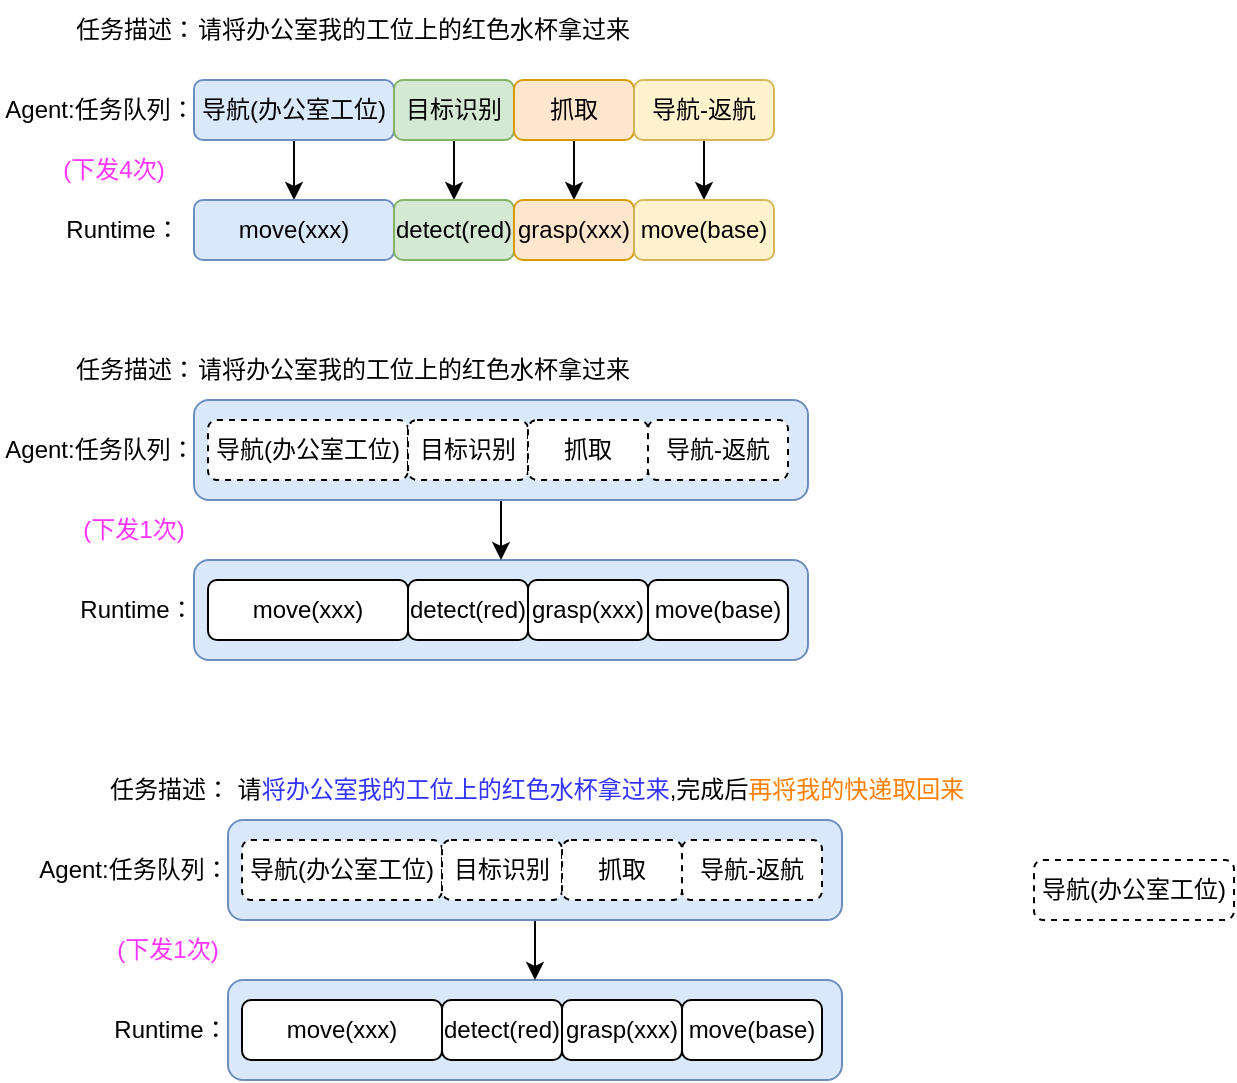
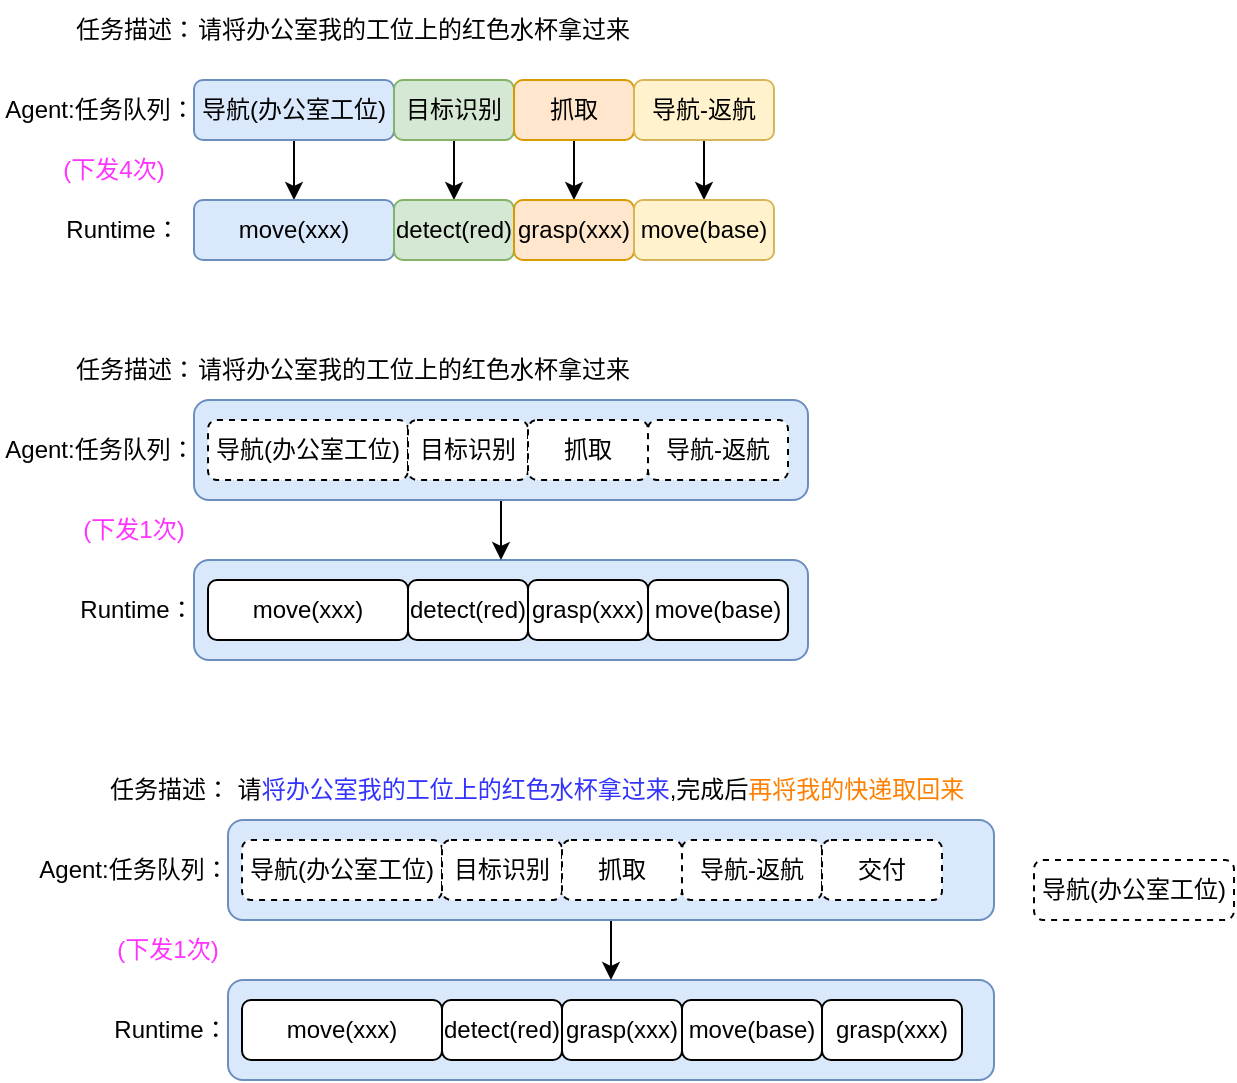
<mxfile host="app.diagrams.net">
  <diagram name="第 1 页" id="AqDmRzZVIJ-5uyctXJOA">
    <mxGraphModel dx="957" dy="525" grid="1" gridSize="10" guides="1" tooltips="1" connect="1" arrows="1" fold="1" page="1" pageScale="1" pageWidth="2339" pageHeight="3300" math="0" shadow="0">
      <root>
        <mxCell id="0" />
        <mxCell id="1" parent="0" />
        <mxCell id="TX6EBbOIm9mCNyf-wsjQ-37" parent="1" style="rounded=1;whiteSpace=wrap;html=1;fillColor=#dae8fc;strokeColor=#6c8ebf;" value="" vertex="1">
          <mxGeometry height="50" width="307" x="120" y="610" as="geometry" />
        </mxCell>
        <mxCell id="TX6EBbOIm9mCNyf-wsjQ-38" edge="1" parent="1" source="TX6EBbOIm9mCNyf-wsjQ-36" style="edgeStyle=orthogonalEdgeStyle;rounded=0;orthogonalLoop=1;jettySize=auto;html=1;exitX=0.5;exitY=1;exitDx=0;exitDy=0;entryX=0.5;entryY=0;entryDx=0;entryDy=0;" target="TX6EBbOIm9mCNyf-wsjQ-37">
          <mxGeometry relative="1" as="geometry" />
        </mxCell>
        <mxCell id="TX6EBbOIm9mCNyf-wsjQ-36" parent="1" style="rounded=1;whiteSpace=wrap;html=1;fillColor=#dae8fc;strokeColor=#6c8ebf;" value="" vertex="1">
          <mxGeometry height="50" width="307" x="120" y="530" as="geometry" />
        </mxCell>
        <mxCell id="TX6EBbOIm9mCNyf-wsjQ-15" edge="1" parent="1" source="TX6EBbOIm9mCNyf-wsjQ-1" style="edgeStyle=orthogonalEdgeStyle;rounded=0;orthogonalLoop=1;jettySize=auto;html=1;exitX=0.5;exitY=1;exitDx=0;exitDy=0;entryX=0.5;entryY=0;entryDx=0;entryDy=0;" target="TX6EBbOIm9mCNyf-wsjQ-11">
          <mxGeometry relative="1" as="geometry" />
        </mxCell>
        <mxCell id="TX6EBbOIm9mCNyf-wsjQ-1" parent="1" style="rounded=1;whiteSpace=wrap;html=1;fillColor=#dae8fc;strokeColor=#6c8ebf;" value="导航(办公室工位)" vertex="1">
          <mxGeometry height="30" width="100" x="120" y="370" as="geometry" />
        </mxCell>
        <mxCell id="TX6EBbOIm9mCNyf-wsjQ-2" parent="1" style="text;html=1;whiteSpace=wrap;strokeColor=none;fillColor=none;align=center;verticalAlign=middle;rounded=0;" value="Agent:任务队列：" vertex="1">
          <mxGeometry height="30" width="100" x="23" y="370" as="geometry" />
        </mxCell>
        <mxCell id="TX6EBbOIm9mCNyf-wsjQ-3" parent="1" style="text;html=1;whiteSpace=wrap;strokeColor=none;fillColor=none;align=center;verticalAlign=middle;rounded=0;" value="任务描述：" vertex="1">
          <mxGeometry height="30" width="70" x="56" y="330" as="geometry" />
        </mxCell>
        <mxCell id="TX6EBbOIm9mCNyf-wsjQ-4" parent="1" style="text;html=1;whiteSpace=wrap;strokeColor=none;fillColor=none;align=center;verticalAlign=middle;rounded=0;" value="请将办公室我的工位上的红色水杯拿过来" vertex="1">
          <mxGeometry height="30" width="220" x="120" y="330" as="geometry" />
        </mxCell>
        <mxCell id="TX6EBbOIm9mCNyf-wsjQ-16" edge="1" parent="1" source="TX6EBbOIm9mCNyf-wsjQ-5" style="edgeStyle=orthogonalEdgeStyle;rounded=0;orthogonalLoop=1;jettySize=auto;html=1;exitX=0.5;exitY=1;exitDx=0;exitDy=0;entryX=0.5;entryY=0;entryDx=0;entryDy=0;" target="TX6EBbOIm9mCNyf-wsjQ-12">
          <mxGeometry relative="1" as="geometry" />
        </mxCell>
        <mxCell id="TX6EBbOIm9mCNyf-wsjQ-5" parent="1" style="rounded=1;whiteSpace=wrap;html=1;fillColor=#d5e8d4;strokeColor=#82b366;" value="目标识别" vertex="1">
          <mxGeometry height="30" width="60" x="220" y="370" as="geometry" />
        </mxCell>
        <mxCell id="TX6EBbOIm9mCNyf-wsjQ-17" edge="1" parent="1" source="TX6EBbOIm9mCNyf-wsjQ-6" style="edgeStyle=orthogonalEdgeStyle;rounded=0;orthogonalLoop=1;jettySize=auto;html=1;exitX=0.5;exitY=1;exitDx=0;exitDy=0;entryX=0.5;entryY=0;entryDx=0;entryDy=0;" target="TX6EBbOIm9mCNyf-wsjQ-13">
          <mxGeometry relative="1" as="geometry" />
        </mxCell>
        <mxCell id="TX6EBbOIm9mCNyf-wsjQ-6" parent="1" style="rounded=1;whiteSpace=wrap;html=1;fillColor=#ffe6cc;strokeColor=#d79b00;" value="抓取" vertex="1">
          <mxGeometry height="30" width="60" x="280" y="370" as="geometry" />
        </mxCell>
        <mxCell id="TX6EBbOIm9mCNyf-wsjQ-18" edge="1" parent="1" source="TX6EBbOIm9mCNyf-wsjQ-7" style="edgeStyle=orthogonalEdgeStyle;rounded=0;orthogonalLoop=1;jettySize=auto;html=1;exitX=0.5;exitY=1;exitDx=0;exitDy=0;entryX=0.5;entryY=0;entryDx=0;entryDy=0;" target="TX6EBbOIm9mCNyf-wsjQ-14">
          <mxGeometry relative="1" as="geometry" />
        </mxCell>
        <mxCell id="TX6EBbOIm9mCNyf-wsjQ-7" parent="1" style="rounded=1;whiteSpace=wrap;html=1;fillColor=#fff2cc;strokeColor=#d6b656;" value="导航-返航" vertex="1">
          <mxGeometry height="30" width="70" x="340" y="370" as="geometry" />
        </mxCell>
        <mxCell id="TX6EBbOIm9mCNyf-wsjQ-8" parent="1" style="text;html=1;whiteSpace=wrap;strokeColor=none;fillColor=none;align=center;verticalAlign=middle;rounded=0;" value="Runtime：" vertex="1">
          <mxGeometry height="30" width="57" x="56" y="430" as="geometry" />
        </mxCell>
        <mxCell id="TX6EBbOIm9mCNyf-wsjQ-11" parent="1" style="rounded=1;whiteSpace=wrap;html=1;fillColor=#dae8fc;strokeColor=#6c8ebf;" value="move(xxx)" vertex="1">
          <mxGeometry height="30" width="100" x="120" y="430" as="geometry" />
        </mxCell>
        <mxCell id="TX6EBbOIm9mCNyf-wsjQ-12" parent="1" style="rounded=1;whiteSpace=wrap;html=1;fillColor=#d5e8d4;strokeColor=#82b366;" value="detect(red)" vertex="1">
          <mxGeometry height="30" width="60" x="220" y="430" as="geometry" />
        </mxCell>
        <mxCell id="TX6EBbOIm9mCNyf-wsjQ-13" parent="1" style="rounded=1;whiteSpace=wrap;html=1;fillColor=#ffe6cc;strokeColor=#d79b00;" value="grasp(xxx)" vertex="1">
          <mxGeometry height="30" width="60" x="280" y="430" as="geometry" />
        </mxCell>
        <mxCell id="TX6EBbOIm9mCNyf-wsjQ-14" parent="1" style="rounded=1;whiteSpace=wrap;html=1;fillColor=#fff2cc;strokeColor=#d6b656;" value="move(base)" vertex="1">
          <mxGeometry height="30" width="70" x="340" y="430" as="geometry" />
        </mxCell>
        <mxCell id="TX6EBbOIm9mCNyf-wsjQ-19" parent="1" style="text;html=1;whiteSpace=wrap;strokeColor=none;fillColor=none;align=center;verticalAlign=middle;rounded=0;" value="请将办公室我的工位上的红色水杯拿过来" vertex="1">
          <mxGeometry height="30" width="220" x="120" y="500" as="geometry" />
        </mxCell>
        <mxCell id="TX6EBbOIm9mCNyf-wsjQ-20" parent="1" style="text;html=1;whiteSpace=wrap;strokeColor=none;fillColor=none;align=center;verticalAlign=middle;rounded=0;" value="任务描述：" vertex="1">
          <mxGeometry height="30" width="70" x="56" y="500" as="geometry" />
        </mxCell>
        <mxCell id="TX6EBbOIm9mCNyf-wsjQ-22" parent="1" style="rounded=1;whiteSpace=wrap;html=1;dashed=1;" value="导航(办公室工位)" vertex="1">
          <mxGeometry height="30" width="100" x="127" y="540" as="geometry" />
        </mxCell>
        <mxCell id="TX6EBbOIm9mCNyf-wsjQ-23" parent="1" style="text;html=1;whiteSpace=wrap;strokeColor=none;fillColor=none;align=center;verticalAlign=middle;rounded=0;" value="Agent:任务队列：" vertex="1">
          <mxGeometry height="30" width="100" x="23" y="540" as="geometry" />
        </mxCell>
        <mxCell id="TX6EBbOIm9mCNyf-wsjQ-25" parent="1" style="rounded=1;whiteSpace=wrap;html=1;dashed=1;" value="目标识别" vertex="1">
          <mxGeometry height="30" width="60" x="227" y="540" as="geometry" />
        </mxCell>
        <mxCell id="TX6EBbOIm9mCNyf-wsjQ-27" parent="1" style="rounded=1;whiteSpace=wrap;html=1;dashed=1;" value="抓取" vertex="1">
          <mxGeometry height="30" width="60" x="287" y="540" as="geometry" />
        </mxCell>
        <mxCell id="TX6EBbOIm9mCNyf-wsjQ-29" parent="1" style="rounded=1;whiteSpace=wrap;html=1;dashed=1;" value="导航-返航" vertex="1">
          <mxGeometry height="30" width="70" x="347" y="540" as="geometry" />
        </mxCell>
        <mxCell id="TX6EBbOIm9mCNyf-wsjQ-30" parent="1" style="text;html=1;whiteSpace=wrap;strokeColor=none;fillColor=none;align=center;verticalAlign=middle;rounded=0;" value="Runtime：" vertex="1">
          <mxGeometry height="30" width="57" x="62.5" y="620" as="geometry" />
        </mxCell>
        <mxCell id="TX6EBbOIm9mCNyf-wsjQ-31" parent="1" style="rounded=1;whiteSpace=wrap;html=1;" value="move(xxx)" vertex="1">
          <mxGeometry height="30" width="100" x="127" y="620" as="geometry" />
        </mxCell>
        <mxCell id="TX6EBbOIm9mCNyf-wsjQ-32" parent="1" style="rounded=1;whiteSpace=wrap;html=1;" value="detect(red)" vertex="1">
          <mxGeometry height="30" width="60" x="227" y="620" as="geometry" />
        </mxCell>
        <mxCell id="TX6EBbOIm9mCNyf-wsjQ-33" parent="1" style="rounded=1;whiteSpace=wrap;html=1;" value="grasp(xxx)" vertex="1">
          <mxGeometry height="30" width="60" x="287" y="620" as="geometry" />
        </mxCell>
        <mxCell id="TX6EBbOIm9mCNyf-wsjQ-34" parent="1" style="rounded=1;whiteSpace=wrap;html=1;" value="move(base)" vertex="1">
          <mxGeometry height="30" width="70" x="347" y="620" as="geometry" />
        </mxCell>
        <mxCell id="TX6EBbOIm9mCNyf-wsjQ-35" parent="1" style="text;html=1;whiteSpace=wrap;strokeColor=none;fillColor=none;align=center;verticalAlign=middle;rounded=0;fontColor=#FF33FF;" value="(下发4次)" vertex="1">
          <mxGeometry height="30" width="60" x="50" y="400" as="geometry" />
        </mxCell>
        <mxCell id="TX6EBbOIm9mCNyf-wsjQ-39" parent="1" style="text;html=1;whiteSpace=wrap;strokeColor=none;fillColor=none;align=center;verticalAlign=middle;rounded=0;fontColor=#FF33FF;" value="(下发1次)" vertex="1">
          <mxGeometry height="30" width="60" x="59.5" y="580" as="geometry" />
        </mxCell>
        <mxCell id="TX6EBbOIm9mCNyf-wsjQ-40" parent="1" style="rounded=1;whiteSpace=wrap;html=1;fillColor=#dae8fc;strokeColor=#6c8ebf;" value="" vertex="1">
-           <mxGeometry height="50" width="307" x="137" y="820" as="geometry" />
+           <mxGeometry height="50" width="383" x="137" y="820" as="geometry" />
        </mxCell>
        <mxCell id="TX6EBbOIm9mCNyf-wsjQ-41" edge="1" parent="1" source="TX6EBbOIm9mCNyf-wsjQ-42" style="edgeStyle=orthogonalEdgeStyle;rounded=0;orthogonalLoop=1;jettySize=auto;html=1;exitX=0.5;exitY=1;exitDx=0;exitDy=0;entryX=0.5;entryY=0;entryDx=0;entryDy=0;" target="TX6EBbOIm9mCNyf-wsjQ-40">
          <mxGeometry relative="1" as="geometry" />
        </mxCell>
        <mxCell id="TX6EBbOIm9mCNyf-wsjQ-42" parent="1" style="rounded=1;whiteSpace=wrap;html=1;fillColor=#dae8fc;strokeColor=#6c8ebf;" value="" vertex="1">
-           <mxGeometry height="50" width="307" x="137" y="740" as="geometry" />
+           <mxGeometry height="50" width="383" x="137" y="740" as="geometry" />
        </mxCell>
        <mxCell id="TX6EBbOIm9mCNyf-wsjQ-43" parent="1" style="text;html=1;whiteSpace=wrap;strokeColor=none;fillColor=none;align=center;verticalAlign=middle;rounded=0;" value="请&lt;font style=&quot;color: rgb(51, 51, 255);&quot;&gt;将办公室我的工位上的红色水杯拿过来&lt;/font&gt;,完成后&lt;font style=&quot;color: rgb(255, 128, 0);&quot;&gt;再将我的快递取回来&lt;/font&gt;" vertex="1">
          <mxGeometry height="30" width="373" x="137" y="710" as="geometry" />
        </mxCell>
        <mxCell id="TX6EBbOIm9mCNyf-wsjQ-44" parent="1" style="text;html=1;whiteSpace=wrap;strokeColor=none;fillColor=none;align=center;verticalAlign=middle;rounded=0;" value="任务描述：" vertex="1">
          <mxGeometry height="30" width="70" x="73" y="710" as="geometry" />
        </mxCell>
        <mxCell id="TX6EBbOIm9mCNyf-wsjQ-45" parent="1" style="rounded=1;whiteSpace=wrap;html=1;dashed=1;" value="导航(办公室工位)" vertex="1">
          <mxGeometry height="30" width="100" x="144" y="750" as="geometry" />
        </mxCell>
        <mxCell id="TX6EBbOIm9mCNyf-wsjQ-46" parent="1" style="text;html=1;whiteSpace=wrap;strokeColor=none;fillColor=none;align=center;verticalAlign=middle;rounded=0;" value="Agent:任务队列：" vertex="1">
          <mxGeometry height="30" width="100" x="40" y="750" as="geometry" />
        </mxCell>
        <mxCell id="TX6EBbOIm9mCNyf-wsjQ-47" parent="1" style="rounded=1;whiteSpace=wrap;html=1;dashed=1;" value="目标识别" vertex="1">
          <mxGeometry height="30" width="60" x="244" y="750" as="geometry" />
        </mxCell>
        <mxCell id="TX6EBbOIm9mCNyf-wsjQ-48" parent="1" style="rounded=1;whiteSpace=wrap;html=1;dashed=1;" value="抓取" vertex="1">
          <mxGeometry height="30" width="60" x="304" y="750" as="geometry" />
        </mxCell>
        <mxCell id="TX6EBbOIm9mCNyf-wsjQ-49" parent="1" style="rounded=1;whiteSpace=wrap;html=1;dashed=1;" value="导航-返航" vertex="1">
          <mxGeometry height="30" width="70" x="364" y="750" as="geometry" />
        </mxCell>
        <mxCell id="TX6EBbOIm9mCNyf-wsjQ-50" parent="1" style="text;html=1;whiteSpace=wrap;strokeColor=none;fillColor=none;align=center;verticalAlign=middle;rounded=0;" value="Runtime：" vertex="1">
          <mxGeometry height="30" width="57" x="79.5" y="830" as="geometry" />
        </mxCell>
        <mxCell id="TX6EBbOIm9mCNyf-wsjQ-51" parent="1" style="rounded=1;whiteSpace=wrap;html=1;" value="move(xxx)" vertex="1">
          <mxGeometry height="30" width="100" x="144" y="830" as="geometry" />
        </mxCell>
        <mxCell id="TX6EBbOIm9mCNyf-wsjQ-52" parent="1" style="rounded=1;whiteSpace=wrap;html=1;" value="detect(red)" vertex="1">
          <mxGeometry height="30" width="60" x="244" y="830" as="geometry" />
        </mxCell>
        <mxCell id="TX6EBbOIm9mCNyf-wsjQ-53" parent="1" style="rounded=1;whiteSpace=wrap;html=1;" value="grasp(xxx)" vertex="1">
          <mxGeometry height="30" width="60" x="304" y="830" as="geometry" />
        </mxCell>
        <mxCell id="TX6EBbOIm9mCNyf-wsjQ-54" parent="1" style="rounded=1;whiteSpace=wrap;html=1;" value="move(base)" vertex="1">
          <mxGeometry height="30" width="70" x="364" y="830" as="geometry" />
        </mxCell>
        <mxCell id="TX6EBbOIm9mCNyf-wsjQ-55" parent="1" style="text;html=1;whiteSpace=wrap;strokeColor=none;fillColor=none;align=center;verticalAlign=middle;rounded=0;fontColor=#FF33FF;" value="(下发1次)" vertex="1">
          <mxGeometry height="30" width="60" x="76.5" y="790" as="geometry" />
        </mxCell>
        <mxCell id="TX6EBbOIm9mCNyf-wsjQ-56" parent="1" style="rounded=1;whiteSpace=wrap;html=1;dashed=1;" value="导航(办公室工位)" vertex="1">
          <mxGeometry height="30" width="100" x="540" y="760" as="geometry" />
        </mxCell>
+         <mxCell id="TX6EBbOIm9mCNyf-wsjQ-58" parent="1" style="rounded=1;whiteSpace=wrap;html=1;dashed=1;" value="交付" vertex="1">
+           <mxGeometry height="30" width="60" x="434" y="750" as="geometry" />
+         </mxCell>
+         <mxCell id="TX6EBbOIm9mCNyf-wsjQ-59" parent="1" style="rounded=1;whiteSpace=wrap;html=1;" value="grasp(xxx)" vertex="1">
+           <mxGeometry height="30" width="70" x="434" y="830" as="geometry" />
+         </mxCell>
      </root>
    </mxGraphModel>
  </diagram>
</mxfile>
